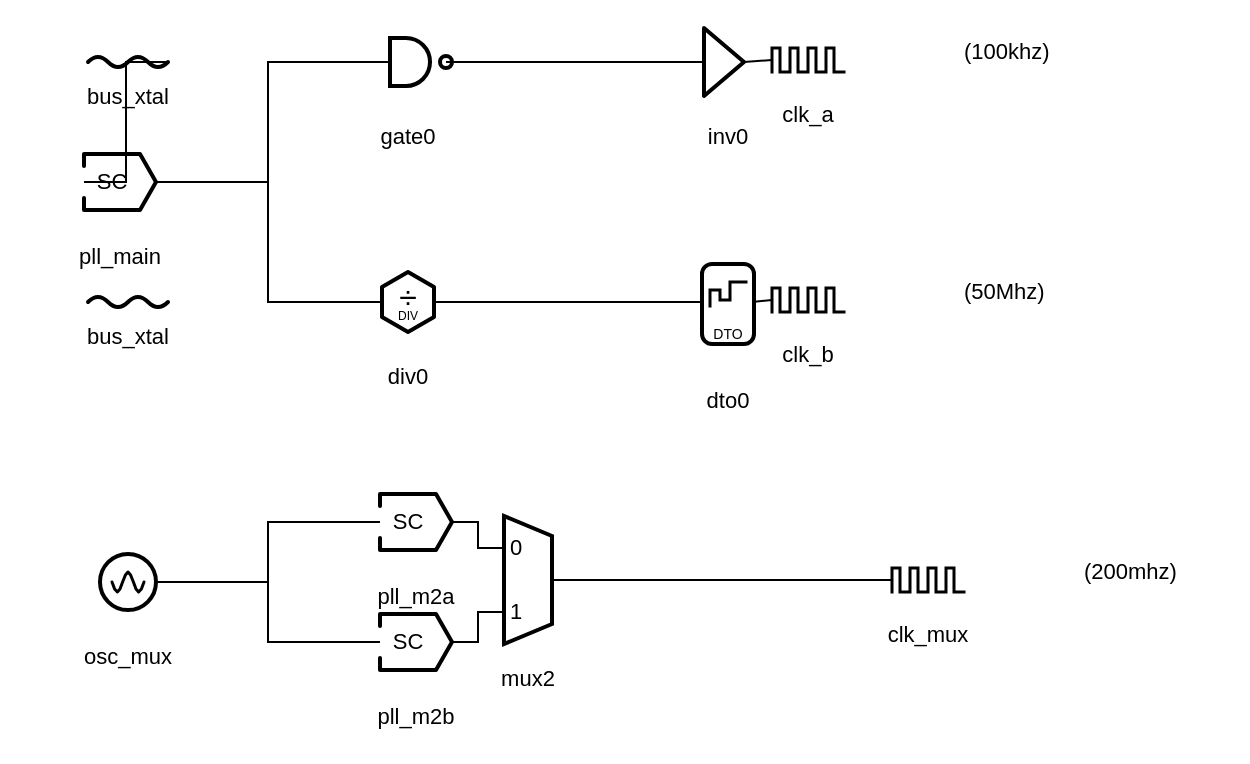
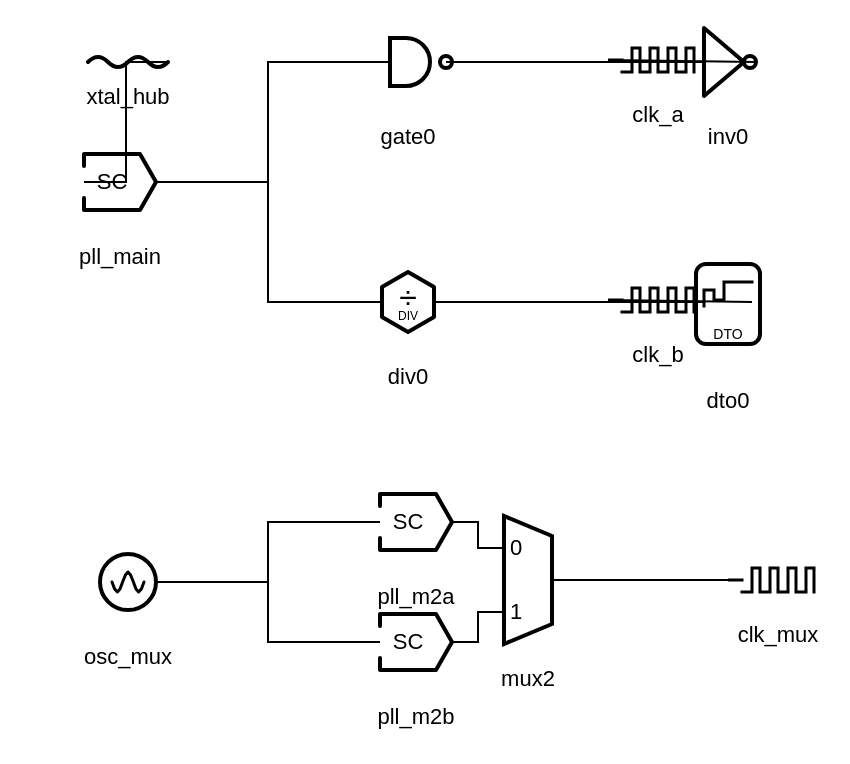
<mxfile>
  <diagram id="fig2" name="fig2"><mxGraphModel>
      <root>
        <mxCell id="0"/>
        <mxCell id="1" parent="0"/>
-         <object name="bus_xtal" label="&lt;div style=&quot;position:relative;box-sizing:border-box;margin:0;padding:0;display:block;width:100%;height:100%;overflow:visible;white-space:nowrap;font-family:Helvetica,Arial,sans-serif;&quot;&gt;&lt;div style=&quot;position:absolute;left:0;top:0;width:100%;height:100%;&quot;&gt;&lt;svg xmlns=&quot;http://www.w3.org/2000/svg&quot; width=&quot;100%&quot; height=&quot;100%&quot; viewBox=&quot;0 0 120 40&quot; preserveAspectRatio=&quot;none&quot; style=&quot;display:block;overflow:visible;&quot;&gt;&lt;path d=&quot;M 40 14 Q 45 9 50 14 T 60 14 T 70 14 T 80 14&quot; fill=&quot;none&quot; stroke=&quot;#000000&quot; stroke-width=&quot;2&quot; stroke-linecap=&quot;round&quot; stroke-linejoin=&quot;round&quot;/&gt;&lt;/svg&gt;&lt;/div&gt;&lt;div style=&quot;position:absolute;left:50%;top:55.00000000000001%;transform:translateX(-50%);text-align:center;font-size:11px;line-height:1;white-space:nowrap;padding-top:4px;&quot;&gt;bus_xtal&lt;/div&gt;&lt;/div&gt;" placeholders="0" id="10">
-           <mxCell style="rounded=0;whiteSpace=nowrap;html=1;metaEdit=1;placeholders=1;overflow=fill;autosize=0;fillColor=none;strokeColor=none;spacingTop=0;spacingBottom=0;spacingLeft=0;spacingRight=0;align=left;verticalAlign=top;drawclockType=wire;points=[[0.3333,0.3500,0,0,0],[0.6667,0.3500,0,0,0]];" vertex="1" parent="1">
+         <object name="xtal_hub" label="&lt;div style=&quot;position:relative;box-sizing:border-box;margin:0;padding:0;display:block;width:100%;height:100%;overflow:visible;white-space:nowrap;font-family:Helvetica,Arial,sans-serif;&quot;&gt;&lt;div style=&quot;position:absolute;left:0;top:0;width:100%;height:100%;&quot;&gt;&lt;svg xmlns=&quot;http://www.w3.org/2000/svg&quot; width=&quot;100%&quot; height=&quot;100%&quot; viewBox=&quot;0 0 120 40&quot; preserveAspectRatio=&quot;none&quot; style=&quot;display:block;overflow:visible;&quot;&gt;&lt;path d=&quot;M 40 14 Q 45 9 50 14 T 60 14 T 70 14 T 80 14&quot; fill=&quot;none&quot; stroke=&quot;#000000&quot; stroke-width=&quot;2&quot; stroke-linecap=&quot;round&quot; stroke-linejoin=&quot;round&quot;/&gt;&lt;/svg&gt;&lt;/div&gt;&lt;div style=&quot;position:absolute;left:50%;top:55.00000000000001%;transform:translateX(-50%);text-align:center;font-size:11px;line-height:1;white-space:nowrap;padding-top:4px;&quot;&gt;xtal_hub&lt;/div&gt;&lt;/div&gt;" placeholders="0" id="10">
+           <mxCell style="rounded=0;whiteSpace=nowrap;html=1;metaEdit=1;placeholders=1;overflow=fill;autosize=0;fillColor=none;strokeColor=none;spacingTop=0;spacingBottom=0;spacingLeft=0;spacingRight=0;align=left;verticalAlign=top;drawclockType=from;points=[[0.6667,0.3500,0,0,0]];" vertex="1" parent="1">
            <mxGeometry x="40" y="66" width="120" height="40" as="geometry"/>
          </mxCell>
        </object>
-         <object name="bus_xtal" label="&lt;div style=&quot;position:relative;box-sizing:border-box;margin:0;padding:0;display:block;width:100%;height:100%;overflow:visible;white-space:nowrap;font-family:Helvetica,Arial,sans-serif;&quot;&gt;&lt;div style=&quot;position:absolute;left:0;top:0;width:100%;height:100%;&quot;&gt;&lt;svg xmlns=&quot;http://www.w3.org/2000/svg&quot; width=&quot;100%&quot; height=&quot;100%&quot; viewBox=&quot;0 0 120 40&quot; preserveAspectRatio=&quot;none&quot; style=&quot;display:block;overflow:visible;&quot;&gt;&lt;path d=&quot;M 40 14 Q 45 9 50 14 T 60 14 T 70 14 T 80 14&quot; fill=&quot;none&quot; stroke=&quot;#000000&quot; stroke-width=&quot;2&quot; stroke-linecap=&quot;round&quot; stroke-linejoin=&quot;round&quot;/&gt;&lt;/svg&gt;&lt;/div&gt;&lt;div style=&quot;position:absolute;left:50%;top:55.00000000000001%;transform:translateX(-50%);text-align:center;font-size:11px;line-height:1;white-space:nowrap;padding-top:4px;&quot;&gt;bus_xtal&lt;/div&gt;&lt;/div&gt;" placeholders="0" id="11">
-           <mxCell style="rounded=0;whiteSpace=nowrap;html=1;metaEdit=1;placeholders=1;overflow=fill;autosize=0;fillColor=none;strokeColor=none;spacingTop=0;spacingBottom=0;spacingLeft=0;spacingRight=0;align=left;verticalAlign=top;drawclockType=wire;points=[[0.3333,0.3500,0,0,0],[0.6667,0.3500,0,0,0]];" vertex="1" parent="1">
-             <mxGeometry x="40" y="186" width="120" height="40" as="geometry"/>
-           </mxCell>
-         </object>
-         <object name="gate0" label="&lt;div style=&quot;position:relative;box-sizing:border-box;margin:0;padding:0;display:block;width:100%;height:100%;overflow:visible;white-space:nowrap;font-family:Helvetica,Arial,sans-serif;&quot;&gt;&lt;div style=&quot;position:absolute;left:0;top:0;width:100%;height:100%;&quot;&gt;&lt;svg xmlns=&quot;http://www.w3.org/2000/svg&quot; width=&quot;100%&quot; height=&quot;100%&quot; viewBox=&quot;0 0 120 90&quot; preserveAspectRatio=&quot;none&quot; style=&quot;display:block;overflow:visible;&quot;&gt;&lt;path d=&quot;M 51 18 L 59 18 A 12 12 0 1 1 59 42 L 51 42 Z&quot; fill=&quot;none&quot; stroke=&quot;#000000&quot; stroke-width=&quot;2&quot; stroke-linejoin=&quot;miter&quot;/&gt;&lt;circle cx=&quot;79&quot; cy=&quot;30&quot; r=&quot;3&quot; fill=&quot;#ffffff&quot; stroke=&quot;#000000&quot; stroke-width=&quot;2&quot;/&gt;&lt;/svg&gt;&lt;/div&gt;&lt;div style=&quot;position:absolute;left:50%;top:64.44444444444444%;transform:translateX(-50%);text-align:center;font-size:11px;line-height:1;white-space:nowrap;padding-top:4px;&quot;&gt;gate0&lt;/div&gt;&lt;/div&gt;" placeholders="0" id="12">
+         <object name="gate0" label="&lt;div style=&quot;position:relative;box-sizing:border-box;margin:0;padding:0;display:block;width:100%;height:100%;overflow:visible;white-space:nowrap;font-family:Helvetica,Arial,sans-serif;&quot;&gt;&lt;div style=&quot;position:absolute;left:0;top:0;width:100%;height:100%;&quot;&gt;&lt;svg xmlns=&quot;http://www.w3.org/2000/svg&quot; width=&quot;100%&quot; height=&quot;100%&quot; viewBox=&quot;0 0 120 90&quot; preserveAspectRatio=&quot;none&quot; style=&quot;display:block;overflow:visible;&quot;&gt;&lt;path d=&quot;M 51 18 L 59 18 A 12 12 0 1 1 59 42 L 51 42 Z&quot; fill=&quot;none&quot; stroke=&quot;#000000&quot; stroke-width=&quot;2&quot; stroke-linejoin=&quot;miter&quot;/&gt;&lt;circle cx=&quot;79&quot; cy=&quot;30&quot; r=&quot;3&quot; fill=&quot;#ffffff&quot; stroke=&quot;#000000&quot; stroke-width=&quot;2&quot;/&gt;&lt;/svg&gt;&lt;/div&gt;&lt;div style=&quot;position:absolute;left:50%;top:64.44444444444444%;transform:translateX(-50%);text-align:center;font-size:11px;line-height:1;white-space:nowrap;padding-top:4px;&quot;&gt;gate0&lt;/div&gt;&lt;/div&gt;" placeholders="0" id="11">
          <mxCell style="rounded=0;whiteSpace=nowrap;html=1;metaEdit=1;placeholders=1;overflow=fill;autosize=0;fillColor=none;strokeColor=none;spacingTop=0;spacingBottom=0;spacingLeft=0;spacingRight=0;align=left;verticalAlign=top;drawclockType=gate;points=[[0.4250,0.3333,0,0,0],[0.6583,0.3333,0,0,0]];" vertex="1" parent="1">
            <mxGeometry x="180" y="50" width="120" height="90" as="geometry"/>
          </mxCell>
        </object>
-         <object name="div0" label="&lt;div style=&quot;position:relative;box-sizing:border-box;margin:0;padding:0;display:block;width:100%;height:100%;overflow:visible;white-space:nowrap;font-family:Helvetica,Arial,sans-serif;&quot;&gt;&lt;div style=&quot;position:absolute;left:0;top:0;width:100%;height:100%;&quot;&gt;&lt;svg xmlns=&quot;http://www.w3.org/2000/svg&quot; width=&quot;100%&quot; height=&quot;100%&quot; viewBox=&quot;0 0 120 90&quot; preserveAspectRatio=&quot;none&quot; style=&quot;display:block;overflow:visible;&quot;&gt;&lt;polygon points=&quot;73.0,37.5 60.0,45.0 47.0,37.5 47.0,22.5 60.0,15.0 73.0,22.5&quot; fill=&quot;none&quot; stroke=&quot;#000000&quot; stroke-width=&quot;2&quot; stroke-linejoin=&quot;round&quot;/&gt;&lt;/svg&gt;&lt;span style=&quot;position:absolute;left:50.0%;top:31.11111111111111%;font-size:16px;line-height:1;white-space:nowrap;transform:translate(-50%,-50%);&quot;&gt;÷&lt;/span&gt;&lt;span style=&quot;position:absolute;left:50.0%;top:41.11111111111111%;font-size:6px;line-height:1;white-space:nowrap;transform:translate(-50%,-50%);&quot;&gt;DIV&lt;/span&gt;&lt;/div&gt;&lt;div style=&quot;position:absolute;left:50%;top:64.44444444444444%;transform:translateX(-50%);text-align:center;font-size:11px;line-height:1;white-space:nowrap;padding-top:4px;&quot;&gt;div0&lt;/div&gt;&lt;/div&gt;" placeholders="0" id="13">
+         <object name="div0" label="&lt;div style=&quot;position:relative;box-sizing:border-box;margin:0;padding:0;display:block;width:100%;height:100%;overflow:visible;white-space:nowrap;font-family:Helvetica,Arial,sans-serif;&quot;&gt;&lt;div style=&quot;position:absolute;left:0;top:0;width:100%;height:100%;&quot;&gt;&lt;svg xmlns=&quot;http://www.w3.org/2000/svg&quot; width=&quot;100%&quot; height=&quot;100%&quot; viewBox=&quot;0 0 120 90&quot; preserveAspectRatio=&quot;none&quot; style=&quot;display:block;overflow:visible;&quot;&gt;&lt;polygon points=&quot;73.0,37.5 60.0,45.0 47.0,37.5 47.0,22.5 60.0,15.0 73.0,22.5&quot; fill=&quot;none&quot; stroke=&quot;#000000&quot; stroke-width=&quot;2&quot; stroke-linejoin=&quot;round&quot;/&gt;&lt;/svg&gt;&lt;span style=&quot;position:absolute;left:50.0%;top:31.11111111111111%;font-size:16px;line-height:1;white-space:nowrap;transform:translate(-50%,-50%);&quot;&gt;÷&lt;/span&gt;&lt;span style=&quot;position:absolute;left:50.0%;top:41.11111111111111%;font-size:6px;line-height:1;white-space:nowrap;transform:translate(-50%,-50%);&quot;&gt;DIV&lt;/span&gt;&lt;/div&gt;&lt;div style=&quot;position:absolute;left:50%;top:64.44444444444444%;transform:translateX(-50%);text-align:center;font-size:11px;line-height:1;white-space:nowrap;padding-top:4px;&quot;&gt;div0&lt;/div&gt;&lt;/div&gt;" placeholders="0" id="12">
          <mxCell style="rounded=0;whiteSpace=nowrap;html=1;metaEdit=1;placeholders=1;overflow=fill;autosize=0;fillColor=none;strokeColor=none;spacingTop=0;spacingBottom=0;spacingLeft=0;spacingRight=0;align=left;verticalAlign=top;drawclockType=div;points=[[0.4000,0.3333,0,0,0],[0.6000,0.3333,0,0,0]];" vertex="1" parent="1">
            <mxGeometry x="180" y="170" width="120" height="90" as="geometry"/>
          </mxCell>
        </object>
-         <object name="pll_main" label="&lt;div style=&quot;position:relative;box-sizing:border-box;margin:0;padding:0;display:block;width:100%;height:100%;overflow:visible;white-space:nowrap;font-family:Helvetica,Arial,sans-serif;&quot;&gt;&lt;div style=&quot;position:absolute;left:0;top:0;width:100%;height:100%;&quot;&gt;&lt;svg xmlns=&quot;http://www.w3.org/2000/svg&quot; width=&quot;100%&quot; height=&quot;100%&quot; viewBox=&quot;0 0 120 90&quot; preserveAspectRatio=&quot;none&quot; style=&quot;display:block;overflow:visible;&quot;&gt;&lt;path d=&quot;M 42 16 L 70 16 L 78 30 L 70 44 L 42 44 L 42 38 M 42 22 L 42 16&quot; fill=&quot;none&quot; stroke=&quot;#000000&quot; stroke-width=&quot;2&quot; stroke-linejoin=&quot;round&quot; stroke-linecap=&quot;round&quot;/&gt;&lt;/svg&gt;&lt;span style=&quot;position:absolute;left:46.666666666666664%;top:33.33333333333333%;font-size:11px;line-height:1;white-space:nowrap;transform:translate(-50%,-50%);&quot;&gt;SC&lt;/span&gt;&lt;/div&gt;&lt;div style=&quot;position:absolute;left:50%;top:64.44444444444444%;transform:translateX(-50%);text-align:center;font-size:11px;line-height:1;white-space:nowrap;padding-top:4px;&quot;&gt;pll_main&lt;/div&gt;&lt;/div&gt;" placeholders="0" id="14">
+         <object name="pll_main" label="&lt;div style=&quot;position:relative;box-sizing:border-box;margin:0;padding:0;display:block;width:100%;height:100%;overflow:visible;white-space:nowrap;font-family:Helvetica,Arial,sans-serif;&quot;&gt;&lt;div style=&quot;position:absolute;left:0;top:0;width:100%;height:100%;&quot;&gt;&lt;svg xmlns=&quot;http://www.w3.org/2000/svg&quot; width=&quot;100%&quot; height=&quot;100%&quot; viewBox=&quot;0 0 120 90&quot; preserveAspectRatio=&quot;none&quot; style=&quot;display:block;overflow:visible;&quot;&gt;&lt;path d=&quot;M 42 16 L 70 16 L 78 30 L 70 44 L 42 44 L 42 38 M 42 22 L 42 16&quot; fill=&quot;none&quot; stroke=&quot;#000000&quot; stroke-width=&quot;2&quot; stroke-linejoin=&quot;round&quot; stroke-linecap=&quot;round&quot;/&gt;&lt;/svg&gt;&lt;span style=&quot;position:absolute;left:46.666666666666664%;top:33.33333333333333%;font-size:11px;line-height:1;white-space:nowrap;transform:translate(-50%,-50%);&quot;&gt;SC&lt;/span&gt;&lt;/div&gt;&lt;div style=&quot;position:absolute;left:50%;top:64.44444444444444%;transform:translateX(-50%);text-align:center;font-size:11px;line-height:1;white-space:nowrap;padding-top:4px;&quot;&gt;pll_main&lt;/div&gt;&lt;/div&gt;" placeholders="0" id="13">
          <mxCell style="rounded=0;whiteSpace=nowrap;html=1;metaEdit=1;placeholders=1;overflow=fill;autosize=0;fillColor=none;strokeColor=none;spacingTop=0;spacingBottom=0;spacingLeft=0;spacingRight=0;align=left;verticalAlign=top;drawclockType=pll;points=[[0.3500,0.3333,0,0,0],[0.6500,0.3333,0,0,0]];" vertex="1" parent="1">
            <mxGeometry x="36" y="110" width="120" height="90" as="geometry"/>
          </mxCell>
        </object>
-         <object name="inv0" label="&lt;div style=&quot;position:relative;box-sizing:border-box;margin:0;padding:0;display:block;width:100%;height:100%;overflow:visible;white-space:nowrap;font-family:Helvetica,Arial,sans-serif;&quot;&gt;&lt;div style=&quot;position:absolute;left:0;top:0;width:100%;height:100%;&quot;&gt;&lt;svg xmlns=&quot;http://www.w3.org/2000/svg&quot; width=&quot;100%&quot; height=&quot;100%&quot; viewBox=&quot;0 0 120 90&quot; preserveAspectRatio=&quot;none&quot; style=&quot;display:block;overflow:visible;&quot;&gt;&lt;polygon points=&quot;48,30 48,13 68,30 48,47&quot; fill=&quot;none&quot; stroke=&quot;#000000&quot; stroke-width=&quot;2&quot; stroke-linejoin=&quot;round&quot;/&gt;&lt;/svg&gt;&lt;/div&gt;&lt;div style=&quot;position:absolute;left:50%;top:64.44444444444444%;transform:translateX(-50%);text-align:center;font-size:11px;line-height:1;white-space:nowrap;padding-top:4px;&quot;&gt;inv0&lt;/div&gt;&lt;/div&gt;" placeholders="0" id="15">
-           <mxCell style="rounded=0;whiteSpace=nowrap;html=1;metaEdit=1;placeholders=1;overflow=fill;autosize=0;fillColor=none;strokeColor=none;spacingTop=0;spacingBottom=0;spacingLeft=0;spacingRight=0;align=left;verticalAlign=top;drawclockType=inv;points=[[0.4000,0.3333,0,0,0],[0.5667,0.3333,0,0,0]];" vertex="1" parent="1">
+         <object name="inv0" label="&lt;div style=&quot;position:relative;box-sizing:border-box;margin:0;padding:0;display:block;width:100%;height:100%;overflow:visible;white-space:nowrap;font-family:Helvetica,Arial,sans-serif;&quot;&gt;&lt;div style=&quot;position:absolute;left:0;top:0;width:100%;height:100%;&quot;&gt;&lt;svg xmlns=&quot;http://www.w3.org/2000/svg&quot; width=&quot;100%&quot; height=&quot;100%&quot; viewBox=&quot;0 0 120 90&quot; preserveAspectRatio=&quot;none&quot; style=&quot;display:block;overflow:visible;&quot;&gt;&lt;polygon points=&quot;48,30 48,13 68,30 48,47&quot; fill=&quot;none&quot; stroke=&quot;#000000&quot; stroke-width=&quot;2&quot; stroke-linejoin=&quot;round&quot;/&gt;&lt;circle cx=&quot;71&quot; cy=&quot;30&quot; r=&quot;3&quot; fill=&quot;#ffffff&quot; stroke=&quot;#000000&quot; stroke-width=&quot;2&quot;/&gt;&lt;/svg&gt;&lt;/div&gt;&lt;div style=&quot;position:absolute;left:50%;top:64.44444444444444%;transform:translateX(-50%);text-align:center;font-size:11px;line-height:1;white-space:nowrap;padding-top:4px;&quot;&gt;inv0&lt;/div&gt;&lt;/div&gt;" placeholders="0" id="14">
+           <mxCell style="rounded=0;whiteSpace=nowrap;html=1;metaEdit=1;placeholders=1;overflow=fill;autosize=0;fillColor=none;strokeColor=none;spacingTop=0;spacingBottom=0;spacingLeft=0;spacingRight=0;align=left;verticalAlign=top;drawclockType=inv;points=[[0.4000,0.3333,0,0,0],[0.6167,0.3333,0,0,0]];" vertex="1" parent="1">
            <mxGeometry x="340" y="50" width="120" height="90" as="geometry"/>
          </mxCell>
        </object>
-         <object name="dto0" label="&lt;div style=&quot;position:relative;box-sizing:border-box;margin:0;padding:0;display:block;width:100%;height:100%;overflow:visible;white-space:nowrap;font-family:Helvetica,Arial,sans-serif;&quot;&gt;&lt;div style=&quot;position:absolute;left:0;top:0;width:100%;height:100%;&quot;&gt;&lt;svg xmlns=&quot;http://www.w3.org/2000/svg&quot; width=&quot;100%&quot; height=&quot;100%&quot; viewBox=&quot;0 0 120 90&quot; preserveAspectRatio=&quot;none&quot; style=&quot;display:block;overflow:visible;&quot;&gt;&lt;rect x=&quot;47&quot; y=&quot;11&quot; width=&quot;26&quot; height=&quot;40&quot; rx=&quot;5&quot; ry=&quot;5&quot; fill=&quot;none&quot; stroke=&quot;#000000&quot; stroke-width=&quot;2&quot;/&gt;&lt;path d=&quot;M 51 32 L 51 24 L 56 24 L 56 29 L 61 29 L 61 20 L 69 20&quot; fill=&quot;none&quot; stroke=&quot;#000000&quot; stroke-width=&quot;1.5&quot; stroke-linecap=&quot;square&quot;/&gt;&lt;/svg&gt;&lt;span style=&quot;position:absolute;left:50.0%;top:51.11111111111111%;font-size:7px;line-height:1;white-space:nowrap;transform:translate(-50%,-50%);&quot;&gt;DTO&lt;/span&gt;&lt;/div&gt;&lt;div style=&quot;position:absolute;left:50%;top:64.44444444444444%;transform:translateX(-50%);text-align:center;font-size:11px;line-height:1;white-space:nowrap;padding-top:16px;&quot;&gt;dto0&lt;/div&gt;&lt;/div&gt;" placeholders="0" id="16">
+         <object name="dto0" label="&lt;div style=&quot;position:relative;box-sizing:border-box;margin:0;padding:0;display:block;width:100%;height:100%;overflow:visible;white-space:nowrap;font-family:Helvetica,Arial,sans-serif;&quot;&gt;&lt;div style=&quot;position:absolute;left:0;top:0;width:100%;height:100%;&quot;&gt;&lt;svg xmlns=&quot;http://www.w3.org/2000/svg&quot; width=&quot;100%&quot; height=&quot;100%&quot; viewBox=&quot;0 0 120 90&quot; preserveAspectRatio=&quot;none&quot; style=&quot;display:block;overflow:visible;&quot;&gt;&lt;rect x=&quot;44&quot; y=&quot;11&quot; width=&quot;32&quot; height=&quot;40&quot; rx=&quot;5&quot; ry=&quot;5&quot; fill=&quot;none&quot; stroke=&quot;#000000&quot; stroke-width=&quot;2&quot;/&gt;&lt;path d=&quot;M 48 32 L 48 24 L 53 24 L 53 29 L 58 29 L 58 20 L 72 20&quot; fill=&quot;none&quot; stroke=&quot;#000000&quot; stroke-width=&quot;1.5&quot; stroke-linecap=&quot;square&quot;/&gt;&lt;/svg&gt;&lt;span style=&quot;position:absolute;left:50.0%;top:51.11111111111111%;font-size:7px;line-height:1;white-space:nowrap;transform:translate(-50%,-50%);&quot;&gt;DTO&lt;/span&gt;&lt;/div&gt;&lt;div style=&quot;position:absolute;left:50%;top:64.44444444444444%;transform:translateX(-50%);text-align:center;font-size:11px;line-height:1;white-space:nowrap;padding-top:16px;&quot;&gt;dto0&lt;/div&gt;&lt;/div&gt;" placeholders="0" id="15">
          <mxCell style="rounded=0;whiteSpace=nowrap;html=1;metaEdit=1;placeholders=1;overflow=fill;autosize=0;fillColor=none;strokeColor=none;spacingTop=0;spacingBottom=0;spacingLeft=0;spacingRight=0;align=left;verticalAlign=top;drawclockType=dto;points=[[0.4000,0.3333,0,0,0],[0.6000,0.3333,0,0,0]];" vertex="1" parent="1">
            <mxGeometry x="340" y="170" width="120" height="90" as="geometry"/>
          </mxCell>
        </object>
-         <object name="clk_a" label="&lt;div style=&quot;position:relative;box-sizing:border-box;margin:0;padding:0;display:block;width:100%;height:100%;overflow:visible;white-space:nowrap;font-family:Helvetica,Arial,sans-serif;&quot;&gt;&lt;div style=&quot;position:absolute;left:0;top:0;width:100%;height:100%;&quot;&gt;&lt;svg xmlns=&quot;http://www.w3.org/2000/svg&quot; width=&quot;100%&quot; height=&quot;100%&quot; viewBox=&quot;0 0 260 72&quot; preserveAspectRatio=&quot;none&quot; style=&quot;display:block;overflow:visible;&quot;&gt;&lt;path d=&quot;M 82 36 L 82 24 L 86 24 L 86 36 L 91 36 L 91 24 L 95 24 L 95 36 L 100 36 L 100 24 L 104 24 L 104 36 L 109 36 L 109 24 L 113 24 L 113 36 L 118 36&quot; fill=&quot;none&quot; stroke=&quot;#000000&quot; stroke-width=&quot;1.5&quot; stroke-linecap=&quot;square&quot; stroke-linejoin=&quot;miter&quot;/&gt;&lt;/svg&gt;&lt;/div&gt;&lt;div style=&quot;position:absolute;left:45.38461538461539%;top:36.11111111111111%;display:flex;align-items:center;white-space:nowrap;transform:translateY(-50%);&quot;&gt;&lt;div style=&quot;flex:0 0 auto;width:60px;&quot;&gt;&lt;/div&gt;&lt;span style=&quot;flex:0 0 auto;font-size:11px;line-height:1;white-space:nowrap;&quot;&gt;(100khz)&lt;/span&gt;&lt;/div&gt;&lt;div style=&quot;position:absolute;left:38.46153846153847%;top:50.0%;transform:translateX(-50%);text-align:center;font-size:11px;line-height:1;white-space:nowrap;padding-top:16px;&quot;&gt;clk_a&lt;/div&gt;&lt;/div&gt;" placeholders="0" id="17" freq="100k">
-           <mxCell style="rounded=0;whiteSpace=nowrap;html=1;metaEdit=1;placeholders=1;overflow=fill;autosize=0;fillColor=none;strokeColor=none;spacingTop=0;spacingBottom=0;spacingLeft=0;spacingRight=0;align=left;verticalAlign=top;drawclockType=clock;points=[[0.3154,0.4167,0,0,0]];" vertex="1" parent="1">
-             <mxGeometry x="340" y="49" width="260" height="72" as="geometry"/>
+         <object name="clk_a" label="&lt;div style=&quot;position:relative;box-sizing:border-box;margin:0;padding:0;display:block;width:100%;height:100%;overflow:visible;white-space:nowrap;font-family:Helvetica,Arial,sans-serif;&quot;&gt;&lt;div style=&quot;position:absolute;left:0;top:0;width:100%;height:100%;&quot;&gt;&lt;svg xmlns=&quot;http://www.w3.org/2000/svg&quot; width=&quot;100%&quot; height=&quot;100%&quot; viewBox=&quot;0 0 49 72&quot; preserveAspectRatio=&quot;none&quot; style=&quot;display:block;overflow:visible;&quot;&gt;&lt;path d=&quot;M 0 30 L 7 30 M 43 36 L 43 24 L 39 24 L 39 36 L 34 36 L 34 24 L 30 24 L 30 36 L 25 36 L 25 24 L 21 24 L 21 36 L 16 36 L 16 24 L 12 24 L 12 36 L 7 36&quot; fill=&quot;none&quot; stroke=&quot;#000000&quot; stroke-width=&quot;1.5&quot; stroke-linecap=&quot;square&quot; stroke-linejoin=&quot;miter&quot;/&gt;&lt;/svg&gt;&lt;/div&gt;&lt;div style=&quot;position:absolute;left:51.02040816326531%;top:50.0%;transform:translateX(-50%);text-align:center;font-size:11px;line-height:1;white-space:nowrap;padding-top:16px;&quot;&gt;clk_a&lt;/div&gt;&lt;/div&gt;" placeholders="0" id="16">
+           <mxCell style="rounded=0;whiteSpace=nowrap;html=1;metaEdit=1;placeholders=1;overflow=fill;autosize=0;fillColor=none;strokeColor=none;spacingTop=0;spacingBottom=0;spacingLeft=0;spacingRight=0;align=left;verticalAlign=top;drawclockType=clock;points=[[0.0000,0.4167,0,0,0]];" vertex="1" parent="1">
+             <mxGeometry x="340" y="49" width="49" height="72" as="geometry"/>
          </mxCell>
        </object>
-         <object name="clk_b" label="&lt;div style=&quot;position:relative;box-sizing:border-box;margin:0;padding:0;display:block;width:100%;height:100%;overflow:visible;white-space:nowrap;font-family:Helvetica,Arial,sans-serif;&quot;&gt;&lt;div style=&quot;position:absolute;left:0;top:0;width:100%;height:100%;&quot;&gt;&lt;svg xmlns=&quot;http://www.w3.org/2000/svg&quot; width=&quot;100%&quot; height=&quot;100%&quot; viewBox=&quot;0 0 260 72&quot; preserveAspectRatio=&quot;none&quot; style=&quot;display:block;overflow:visible;&quot;&gt;&lt;path d=&quot;M 82 36 L 82 24 L 86 24 L 86 36 L 91 36 L 91 24 L 95 24 L 95 36 L 100 36 L 100 24 L 104 24 L 104 36 L 109 36 L 109 24 L 113 24 L 113 36 L 118 36&quot; fill=&quot;none&quot; stroke=&quot;#000000&quot; stroke-width=&quot;1.5&quot; stroke-linecap=&quot;square&quot; stroke-linejoin=&quot;miter&quot;/&gt;&lt;/svg&gt;&lt;/div&gt;&lt;div style=&quot;position:absolute;left:45.38461538461539%;top:36.11111111111111%;display:flex;align-items:center;white-space:nowrap;transform:translateY(-50%);&quot;&gt;&lt;div style=&quot;flex:0 0 auto;width:60px;&quot;&gt;&lt;/div&gt;&lt;span style=&quot;flex:0 0 auto;font-size:11px;line-height:1;white-space:nowrap;&quot;&gt;(50Mhz)&lt;/span&gt;&lt;/div&gt;&lt;div style=&quot;position:absolute;left:38.46153846153847%;top:50.0%;transform:translateX(-50%);text-align:center;font-size:11px;line-height:1;white-space:nowrap;padding-top:16px;&quot;&gt;clk_b&lt;/div&gt;&lt;/div&gt;" placeholders="0" id="18" freq="50M">
-           <mxCell style="rounded=0;whiteSpace=nowrap;html=1;metaEdit=1;placeholders=1;overflow=fill;autosize=0;fillColor=none;strokeColor=none;spacingTop=0;spacingBottom=0;spacingLeft=0;spacingRight=0;align=left;verticalAlign=top;drawclockType=clock;points=[[0.3154,0.4167,0,0,0]];" vertex="1" parent="1">
-             <mxGeometry x="340" y="169" width="260" height="72" as="geometry"/>
+         <object name="clk_b" label="&lt;div style=&quot;position:relative;box-sizing:border-box;margin:0;padding:0;display:block;width:100%;height:100%;overflow:visible;white-space:nowrap;font-family:Helvetica,Arial,sans-serif;&quot;&gt;&lt;div style=&quot;position:absolute;left:0;top:0;width:100%;height:100%;&quot;&gt;&lt;svg xmlns=&quot;http://www.w3.org/2000/svg&quot; width=&quot;100%&quot; height=&quot;100%&quot; viewBox=&quot;0 0 49 72&quot; preserveAspectRatio=&quot;none&quot; style=&quot;display:block;overflow:visible;&quot;&gt;&lt;path d=&quot;M 0 30 L 7 30 M 43 36 L 43 24 L 39 24 L 39 36 L 34 36 L 34 24 L 30 24 L 30 36 L 25 36 L 25 24 L 21 24 L 21 36 L 16 36 L 16 24 L 12 24 L 12 36 L 7 36&quot; fill=&quot;none&quot; stroke=&quot;#000000&quot; stroke-width=&quot;1.5&quot; stroke-linecap=&quot;square&quot; stroke-linejoin=&quot;miter&quot;/&gt;&lt;/svg&gt;&lt;/div&gt;&lt;div style=&quot;position:absolute;left:51.02040816326531%;top:50.0%;transform:translateX(-50%);text-align:center;font-size:11px;line-height:1;white-space:nowrap;padding-top:16px;&quot;&gt;clk_b&lt;/div&gt;&lt;/div&gt;" placeholders="0" id="17">
+           <mxCell style="rounded=0;whiteSpace=nowrap;html=1;metaEdit=1;placeholders=1;overflow=fill;autosize=0;fillColor=none;strokeColor=none;spacingTop=0;spacingBottom=0;spacingLeft=0;spacingRight=0;align=left;verticalAlign=top;drawclockType=clock;points=[[0.0000,0.4167,0,0,0]];" vertex="1" parent="1">
+             <mxGeometry x="340" y="169" width="49" height="72" as="geometry"/>
          </mxCell>
        </object>
-         <object name="mux2" label="&lt;div style=&quot;position:relative;box-sizing:border-box;margin:0;padding:0;display:block;width:100%;height:100%;overflow:visible;white-space:nowrap;font-family:Helvetica,Arial,sans-serif;&quot;&gt;&lt;div style=&quot;position:absolute;left:0;top:0;width:100%;height:100%;&quot;&gt;&lt;svg xmlns=&quot;http://www.w3.org/2000/svg&quot; width=&quot;100%&quot; height=&quot;100%&quot; viewBox=&quot;0 0 120 106&quot; preserveAspectRatio=&quot;none&quot; style=&quot;display:block;overflow:visible;&quot;&gt;&lt;polygon points=&quot;48,6 48,70 72,60 72,16&quot; fill=&quot;none&quot; stroke=&quot;#000000&quot; stroke-width=&quot;2&quot;/&gt;&lt;/svg&gt;&lt;span style=&quot;position:absolute;left:45.0%;top:20.754716981132077%;font-size:11px;line-height:1;white-space:nowrap;transform:translate(-50%,-50%);&quot;&gt;0&lt;/span&gt;&lt;span style=&quot;position:absolute;left:45.0%;top:50.943396226415096%;font-size:11px;line-height:1;white-space:nowrap;transform:translate(-50%,-50%);&quot;&gt;1&lt;/span&gt;&lt;/div&gt;&lt;div style=&quot;position:absolute;left:50%;top:73.58490566037736%;transform:translateX(-50%);text-align:center;font-size:11px;line-height:1;white-space:nowrap;padding-top:4px;&quot;&gt;mux2&lt;/div&gt;&lt;/div&gt;" placeholders="0" id="19">
+         <object name="mux2" label="&lt;div style=&quot;position:relative;box-sizing:border-box;margin:0;padding:0;display:block;width:100%;height:100%;overflow:visible;white-space:nowrap;font-family:Helvetica,Arial,sans-serif;&quot;&gt;&lt;div style=&quot;position:absolute;left:0;top:0;width:100%;height:100%;&quot;&gt;&lt;svg xmlns=&quot;http://www.w3.org/2000/svg&quot; width=&quot;100%&quot; height=&quot;100%&quot; viewBox=&quot;0 0 120 106&quot; preserveAspectRatio=&quot;none&quot; style=&quot;display:block;overflow:visible;&quot;&gt;&lt;polygon points=&quot;48,6 48,70 72,60 72,16&quot; fill=&quot;none&quot; stroke=&quot;#000000&quot; stroke-width=&quot;2&quot;/&gt;&lt;/svg&gt;&lt;span style=&quot;position:absolute;left:45.0%;top:20.754716981132077%;font-size:11px;line-height:1;white-space:nowrap;transform:translate(-50%,-50%);&quot;&gt;0&lt;/span&gt;&lt;span style=&quot;position:absolute;left:45.0%;top:50.943396226415096%;font-size:11px;line-height:1;white-space:nowrap;transform:translate(-50%,-50%);&quot;&gt;1&lt;/span&gt;&lt;/div&gt;&lt;div style=&quot;position:absolute;left:50%;top:73.58490566037736%;transform:translateX(-50%);text-align:center;font-size:11px;line-height:1;white-space:nowrap;padding-top:4px;&quot;&gt;mux2&lt;/div&gt;&lt;/div&gt;" placeholders="0" id="18">
          <mxCell style="rounded=0;whiteSpace=nowrap;html=1;metaEdit=1;placeholders=1;overflow=fill;autosize=0;fillColor=none;strokeColor=none;spacingTop=0;spacingBottom=0;spacingLeft=0;spacingRight=0;align=left;verticalAlign=top;drawclockType=mux2;points=[[0.4000,0.2075,0,0,0],[0.4000,0.5094,0,0,0],[0.6000,0.3585,0,0,0]];" vertex="1" parent="1">
            <mxGeometry x="240" y="301" width="120" height="106" as="geometry"/>
          </mxCell>
        </object>
-         <object name="osc_mux" label="&lt;div style=&quot;position:relative;box-sizing:border-box;margin:0;padding:0;display:block;width:100%;height:100%;overflow:visible;white-space:nowrap;font-family:Helvetica,Arial,sans-serif;&quot;&gt;&lt;div style=&quot;position:absolute;left:0;top:0;width:100%;height:100%;&quot;&gt;&lt;svg xmlns=&quot;http://www.w3.org/2000/svg&quot; width=&quot;100%&quot; height=&quot;100%&quot; viewBox=&quot;0 0 120 90&quot; preserveAspectRatio=&quot;none&quot; style=&quot;display:block;overflow:visible;&quot;&gt;&lt;circle cx=&quot;60.0&quot; cy=&quot;30&quot; r=&quot;14&quot; fill=&quot;none&quot; stroke=&quot;#000000&quot; stroke-width=&quot;2&quot;/&gt;&lt;path d=&quot;M 52.0 30.0 L 53.3 33.5 L 54.7 35.0 L 56.0 33.5 L 57.3 30.0 L 58.7 26.5 L 60.0 25.0 L 61.3 26.5 L 62.7 30.0 L 64.0 33.5 L 65.3 35.0 L 66.7 33.5 L 68.0 30.0&quot; fill=&quot;none&quot; stroke=&quot;#000000&quot; stroke-width=&quot;1.5&quot; stroke-linecap=&quot;round&quot; stroke-linejoin=&quot;round&quot;/&gt;&lt;/svg&gt;&lt;/div&gt;&lt;div style=&quot;position:absolute;left:50%;top:64.44444444444444%;transform:translateX(-50%);text-align:center;font-size:11px;line-height:1;white-space:nowrap;padding-top:4px;&quot;&gt;osc_mux&lt;/div&gt;&lt;/div&gt;" placeholders="0" id="20">
+         <object name="osc_mux" label="&lt;div style=&quot;position:relative;box-sizing:border-box;margin:0;padding:0;display:block;width:100%;height:100%;overflow:visible;white-space:nowrap;font-family:Helvetica,Arial,sans-serif;&quot;&gt;&lt;div style=&quot;position:absolute;left:0;top:0;width:100%;height:100%;&quot;&gt;&lt;svg xmlns=&quot;http://www.w3.org/2000/svg&quot; width=&quot;100%&quot; height=&quot;100%&quot; viewBox=&quot;0 0 120 90&quot; preserveAspectRatio=&quot;none&quot; style=&quot;display:block;overflow:visible;&quot;&gt;&lt;circle cx=&quot;60.0&quot; cy=&quot;30&quot; r=&quot;14&quot; fill=&quot;none&quot; stroke=&quot;#000000&quot; stroke-width=&quot;2&quot;/&gt;&lt;path d=&quot;M 52.0 30.0 L 53.3 33.5 L 54.7 35.0 L 56.0 33.5 L 57.3 30.0 L 58.7 26.5 L 60.0 25.0 L 61.3 26.5 L 62.7 30.0 L 64.0 33.5 L 65.3 35.0 L 66.7 33.5 L 68.0 30.0&quot; fill=&quot;none&quot; stroke=&quot;#000000&quot; stroke-width=&quot;1.5&quot; stroke-linecap=&quot;round&quot; stroke-linejoin=&quot;round&quot;/&gt;&lt;/svg&gt;&lt;/div&gt;&lt;div style=&quot;position:absolute;left:50%;top:64.44444444444444%;transform:translateX(-50%);text-align:center;font-size:11px;line-height:1;white-space:nowrap;padding-top:4px;&quot;&gt;osc_mux&lt;/div&gt;&lt;/div&gt;" placeholders="0" id="19">
          <mxCell style="rounded=0;whiteSpace=nowrap;html=1;metaEdit=1;placeholders=1;overflow=fill;autosize=0;fillColor=none;strokeColor=none;spacingTop=0;spacingBottom=0;spacingLeft=0;spacingRight=0;align=left;verticalAlign=top;drawclockType=source;points=[[0.6167,0.3333,0,0,0]];" vertex="1" parent="1">
            <mxGeometry x="40" y="310" width="120" height="90" as="geometry"/>
          </mxCell>
        </object>
-         <object name="pll_m2a" label="&lt;div style=&quot;position:relative;box-sizing:border-box;margin:0;padding:0;display:block;width:100%;height:100%;overflow:visible;white-space:nowrap;font-family:Helvetica,Arial,sans-serif;&quot;&gt;&lt;div style=&quot;position:absolute;left:0;top:0;width:100%;height:100%;&quot;&gt;&lt;svg xmlns=&quot;http://www.w3.org/2000/svg&quot; width=&quot;100%&quot; height=&quot;100%&quot; viewBox=&quot;0 0 120 90&quot; preserveAspectRatio=&quot;none&quot; style=&quot;display:block;overflow:visible;&quot;&gt;&lt;path d=&quot;M 42 16 L 70 16 L 78 30 L 70 44 L 42 44 L 42 38 M 42 22 L 42 16&quot; fill=&quot;none&quot; stroke=&quot;#000000&quot; stroke-width=&quot;2&quot; stroke-linejoin=&quot;round&quot; stroke-linecap=&quot;round&quot;/&gt;&lt;/svg&gt;&lt;span style=&quot;position:absolute;left:46.666666666666664%;top:33.33333333333333%;font-size:11px;line-height:1;white-space:nowrap;transform:translate(-50%,-50%);&quot;&gt;SC&lt;/span&gt;&lt;/div&gt;&lt;div style=&quot;position:absolute;left:50%;top:64.44444444444444%;transform:translateX(-50%);text-align:center;font-size:11px;line-height:1;white-space:nowrap;padding-top:4px;&quot;&gt;pll_m2a&lt;/div&gt;&lt;/div&gt;" placeholders="0" id="21">
+         <object name="pll_m2a" label="&lt;div style=&quot;position:relative;box-sizing:border-box;margin:0;padding:0;display:block;width:100%;height:100%;overflow:visible;white-space:nowrap;font-family:Helvetica,Arial,sans-serif;&quot;&gt;&lt;div style=&quot;position:absolute;left:0;top:0;width:100%;height:100%;&quot;&gt;&lt;svg xmlns=&quot;http://www.w3.org/2000/svg&quot; width=&quot;100%&quot; height=&quot;100%&quot; viewBox=&quot;0 0 120 90&quot; preserveAspectRatio=&quot;none&quot; style=&quot;display:block;overflow:visible;&quot;&gt;&lt;path d=&quot;M 42 16 L 70 16 L 78 30 L 70 44 L 42 44 L 42 38 M 42 22 L 42 16&quot; fill=&quot;none&quot; stroke=&quot;#000000&quot; stroke-width=&quot;2&quot; stroke-linejoin=&quot;round&quot; stroke-linecap=&quot;round&quot;/&gt;&lt;/svg&gt;&lt;span style=&quot;position:absolute;left:46.666666666666664%;top:33.33333333333333%;font-size:11px;line-height:1;white-space:nowrap;transform:translate(-50%,-50%);&quot;&gt;SC&lt;/span&gt;&lt;/div&gt;&lt;div style=&quot;position:absolute;left:50%;top:64.44444444444444%;transform:translateX(-50%);text-align:center;font-size:11px;line-height:1;white-space:nowrap;padding-top:4px;&quot;&gt;pll_m2a&lt;/div&gt;&lt;/div&gt;" placeholders="0" id="20">
          <mxCell style="rounded=0;whiteSpace=nowrap;html=1;metaEdit=1;placeholders=1;overflow=fill;autosize=0;fillColor=none;strokeColor=none;spacingTop=0;spacingBottom=0;spacingLeft=0;spacingRight=0;align=left;verticalAlign=top;drawclockType=pll;points=[[0.3500,0.3333,0,0,0],[0.6500,0.3333,0,0,0]];" vertex="1" parent="1">
            <mxGeometry x="184" y="280" width="120" height="90" as="geometry"/>
          </mxCell>
        </object>
-         <object name="pll_m2b" label="&lt;div style=&quot;position:relative;box-sizing:border-box;margin:0;padding:0;display:block;width:100%;height:100%;overflow:visible;white-space:nowrap;font-family:Helvetica,Arial,sans-serif;&quot;&gt;&lt;div style=&quot;position:absolute;left:0;top:0;width:100%;height:100%;&quot;&gt;&lt;svg xmlns=&quot;http://www.w3.org/2000/svg&quot; width=&quot;100%&quot; height=&quot;100%&quot; viewBox=&quot;0 0 120 90&quot; preserveAspectRatio=&quot;none&quot; style=&quot;display:block;overflow:visible;&quot;&gt;&lt;path d=&quot;M 42 16 L 70 16 L 78 30 L 70 44 L 42 44 L 42 38 M 42 22 L 42 16&quot; fill=&quot;none&quot; stroke=&quot;#000000&quot; stroke-width=&quot;2&quot; stroke-linejoin=&quot;round&quot; stroke-linecap=&quot;round&quot;/&gt;&lt;/svg&gt;&lt;span style=&quot;position:absolute;left:46.666666666666664%;top:33.33333333333333%;font-size:11px;line-height:1;white-space:nowrap;transform:translate(-50%,-50%);&quot;&gt;SC&lt;/span&gt;&lt;/div&gt;&lt;div style=&quot;position:absolute;left:50%;top:64.44444444444444%;transform:translateX(-50%);text-align:center;font-size:11px;line-height:1;white-space:nowrap;padding-top:4px;&quot;&gt;pll_m2b&lt;/div&gt;&lt;/div&gt;" placeholders="0" id="22">
+         <object name="pll_m2b" label="&lt;div style=&quot;position:relative;box-sizing:border-box;margin:0;padding:0;display:block;width:100%;height:100%;overflow:visible;white-space:nowrap;font-family:Helvetica,Arial,sans-serif;&quot;&gt;&lt;div style=&quot;position:absolute;left:0;top:0;width:100%;height:100%;&quot;&gt;&lt;svg xmlns=&quot;http://www.w3.org/2000/svg&quot; width=&quot;100%&quot; height=&quot;100%&quot; viewBox=&quot;0 0 120 90&quot; preserveAspectRatio=&quot;none&quot; style=&quot;display:block;overflow:visible;&quot;&gt;&lt;path d=&quot;M 42 16 L 70 16 L 78 30 L 70 44 L 42 44 L 42 38 M 42 22 L 42 16&quot; fill=&quot;none&quot; stroke=&quot;#000000&quot; stroke-width=&quot;2&quot; stroke-linejoin=&quot;round&quot; stroke-linecap=&quot;round&quot;/&gt;&lt;/svg&gt;&lt;span style=&quot;position:absolute;left:46.666666666666664%;top:33.33333333333333%;font-size:11px;line-height:1;white-space:nowrap;transform:translate(-50%,-50%);&quot;&gt;SC&lt;/span&gt;&lt;/div&gt;&lt;div style=&quot;position:absolute;left:50%;top:64.44444444444444%;transform:translateX(-50%);text-align:center;font-size:11px;line-height:1;white-space:nowrap;padding-top:4px;&quot;&gt;pll_m2b&lt;/div&gt;&lt;/div&gt;" placeholders="0" id="21">
          <mxCell style="rounded=0;whiteSpace=nowrap;html=1;metaEdit=1;placeholders=1;overflow=fill;autosize=0;fillColor=none;strokeColor=none;spacingTop=0;spacingBottom=0;spacingLeft=0;spacingRight=0;align=left;verticalAlign=top;drawclockType=pll;points=[[0.3500,0.3333,0,0,0],[0.6500,0.3333,0,0,0]];" vertex="1" parent="1">
            <mxGeometry x="184" y="340" width="120" height="90" as="geometry"/>
          </mxCell>
        </object>
-         <object name="clk_mux" label="&lt;div style=&quot;position:relative;box-sizing:border-box;margin:0;padding:0;display:block;width:100%;height:100%;overflow:visible;white-space:nowrap;font-family:Helvetica,Arial,sans-serif;&quot;&gt;&lt;div style=&quot;position:absolute;left:0;top:0;width:100%;height:100%;&quot;&gt;&lt;svg xmlns=&quot;http://www.w3.org/2000/svg&quot; width=&quot;100%&quot; height=&quot;100%&quot; viewBox=&quot;0 0 260 72&quot; preserveAspectRatio=&quot;none&quot; style=&quot;display:block;overflow:visible;&quot;&gt;&lt;path d=&quot;M 82 36 L 82 24 L 86 24 L 86 36 L 91 36 L 91 24 L 95 24 L 95 36 L 100 36 L 100 24 L 104 24 L 104 36 L 109 36 L 109 24 L 113 24 L 113 36 L 118 36&quot; fill=&quot;none&quot; stroke=&quot;#000000&quot; stroke-width=&quot;1.5&quot; stroke-linecap=&quot;square&quot; stroke-linejoin=&quot;miter&quot;/&gt;&lt;/svg&gt;&lt;/div&gt;&lt;div style=&quot;position:absolute;left:45.38461538461539%;top:36.11111111111111%;display:flex;align-items:center;white-space:nowrap;transform:translateY(-50%);&quot;&gt;&lt;div style=&quot;flex:0 0 auto;width:60px;&quot;&gt;&lt;/div&gt;&lt;span style=&quot;flex:0 0 auto;font-size:11px;line-height:1;white-space:nowrap;&quot;&gt;(200mhz)&lt;/span&gt;&lt;/div&gt;&lt;div style=&quot;position:absolute;left:38.46153846153847%;top:50.0%;transform:translateX(-50%);text-align:center;font-size:11px;line-height:1;white-space:nowrap;padding-top:16px;&quot;&gt;clk_mux&lt;/div&gt;&lt;/div&gt;" placeholders="0" id="23" freq="200m">
-           <mxCell style="rounded=0;whiteSpace=nowrap;html=1;metaEdit=1;placeholders=1;overflow=fill;autosize=0;fillColor=none;strokeColor=none;spacingTop=0;spacingBottom=0;spacingLeft=0;spacingRight=0;align=left;verticalAlign=top;drawclockType=clock;points=[[0.3154,0.4167,0,0,0]];" vertex="1" parent="1">
-             <mxGeometry x="400" y="309" width="260" height="72" as="geometry"/>
+         <object name="clk_mux" label="&lt;div style=&quot;position:relative;box-sizing:border-box;margin:0;padding:0;display:block;width:100%;height:100%;overflow:visible;white-space:nowrap;font-family:Helvetica,Arial,sans-serif;&quot;&gt;&lt;div style=&quot;position:absolute;left:0;top:0;width:100%;height:100%;&quot;&gt;&lt;svg xmlns=&quot;http://www.w3.org/2000/svg&quot; width=&quot;100%&quot; height=&quot;100%&quot; viewBox=&quot;0 0 49 72&quot; preserveAspectRatio=&quot;none&quot; style=&quot;display:block;overflow:visible;&quot;&gt;&lt;path d=&quot;M 0 30 L 7 30 M 43 36 L 43 24 L 39 24 L 39 36 L 34 36 L 34 24 L 30 24 L 30 36 L 25 36 L 25 24 L 21 24 L 21 36 L 16 36 L 16 24 L 12 24 L 12 36 L 7 36&quot; fill=&quot;none&quot; stroke=&quot;#000000&quot; stroke-width=&quot;1.5&quot; stroke-linecap=&quot;square&quot; stroke-linejoin=&quot;miter&quot;/&gt;&lt;/svg&gt;&lt;/div&gt;&lt;div style=&quot;position:absolute;left:51.02040816326531%;top:50.0%;transform:translateX(-50%);text-align:center;font-size:11px;line-height:1;white-space:nowrap;padding-top:16px;&quot;&gt;clk_mux&lt;/div&gt;&lt;/div&gt;" placeholders="0" id="22">
+           <mxCell style="rounded=0;whiteSpace=nowrap;html=1;metaEdit=1;placeholders=1;overflow=fill;autosize=0;fillColor=none;strokeColor=none;spacingTop=0;spacingBottom=0;spacingLeft=0;spacingRight=0;align=left;verticalAlign=top;drawclockType=clock;points=[[0.0000,0.4167,0,0,0]];" vertex="1" parent="1">
+             <mxGeometry x="400" y="309" width="49" height="72" as="geometry"/>
          </mxCell>
        </object>
-         <mxCell id="24" style="edgeStyle=none;rounded=0;html=1;endArrow=none;startArrow=none;strokeColor=#000000;exitDx=0;exitDy=0;entryDx=0;entryDy=0;exitPerimeter=0;entryPerimeter=0;exitX=0.6667;exitY=0.35;entryX=0.35;entryY=0.3333;" edge="1" parent="1" source="10" target="14">
+         <mxCell id="23" style="edgeStyle=none;rounded=0;html=1;endArrow=none;startArrow=none;strokeColor=#000000;exitDx=0;exitDy=0;entryDx=0;entryDy=0;exitPerimeter=0;entryPerimeter=0;exitX=0.6667;exitY=0.35;entryX=0.35;entryY=0.3333;" edge="1" parent="1" source="10" target="13">
          <mxGeometry as="geometry"><Array as="points"><mxPoint x="99" y="80"/><mxPoint x="99" y="140"/></Array></mxGeometry>
        </mxCell>
-         <mxCell id="25" style="edgeStyle=none;rounded=0;html=1;endArrow=none;startArrow=none;strokeColor=#000000;exitDx=0;exitDy=0;entryDx=0;entryDy=0;exitPerimeter=0;entryPerimeter=0;exitX=0.65;exitY=0.3333;entryX=0.425;entryY=0.3333;" edge="1" parent="1" source="14" target="12">
+         <mxCell id="24" style="edgeStyle=none;rounded=0;html=1;endArrow=none;startArrow=none;strokeColor=#000000;exitDx=0;exitDy=0;entryDx=0;entryDy=0;exitPerimeter=0;entryPerimeter=0;exitX=0.65;exitY=0.3333;entryX=0.425;entryY=0.3333;" edge="1" parent="1" source="13" target="11">
          <mxGeometry as="geometry"><Array as="points"><mxPoint x="170" y="140"/><mxPoint x="170" y="80"/></Array></mxGeometry>
        </mxCell>
-         <mxCell id="26" style="edgeStyle=none;rounded=0;html=1;endArrow=none;startArrow=none;strokeColor=#000000;exitDx=0;exitDy=0;entryDx=0;entryDy=0;exitPerimeter=0;entryPerimeter=0;exitX=0.65;exitY=0.3333;entryX=0.4;entryY=0.3333;" edge="1" parent="1" source="14" target="13">
+         <mxCell id="25" style="edgeStyle=none;rounded=0;html=1;endArrow=none;startArrow=none;strokeColor=#000000;exitDx=0;exitDy=0;entryDx=0;entryDy=0;exitPerimeter=0;entryPerimeter=0;exitX=0.65;exitY=0.3333;entryX=0.4;entryY=0.3333;" edge="1" parent="1" source="13" target="12">
          <mxGeometry as="geometry"><Array as="points"><mxPoint x="170" y="140"/><mxPoint x="170" y="200"/></Array></mxGeometry>
        </mxCell>
-         <mxCell id="27" style="edgeStyle=none;rounded=0;html=1;endArrow=none;startArrow=none;strokeColor=#000000;exitDx=0;exitDy=0;entryDx=0;entryDy=0;exitPerimeter=0;entryPerimeter=0;exitX=0.6583;exitY=0.3333;entryX=0.4;entryY=0.3333;" edge="1" parent="1" source="12" target="15">
+         <mxCell id="26" style="edgeStyle=none;rounded=0;html=1;endArrow=none;startArrow=none;strokeColor=#000000;exitDx=0;exitDy=0;entryDx=0;entryDy=0;exitPerimeter=0;entryPerimeter=0;exitX=0.6583;exitY=0.3333;entryX=0.4;entryY=0.3333;" edge="1" parent="1" source="11" target="14">
          <mxGeometry relative="1" as="geometry"/>
        </mxCell>
-         <mxCell id="28" style="edgeStyle=none;rounded=0;html=1;endArrow=none;startArrow=none;strokeColor=#000000;exitDx=0;exitDy=0;entryDx=0;entryDy=0;exitPerimeter=0;entryPerimeter=0;exitX=0.6;exitY=0.3333;entryX=0.4;entryY=0.3333;" edge="1" parent="1" source="13" target="16">
+         <mxCell id="27" style="edgeStyle=none;rounded=0;html=1;endArrow=none;startArrow=none;strokeColor=#000000;exitDx=0;exitDy=0;entryDx=0;entryDy=0;exitPerimeter=0;entryPerimeter=0;exitX=0.6;exitY=0.3333;entryX=0.4;entryY=0.3333;" edge="1" parent="1" source="12" target="15">
          <mxGeometry relative="1" as="geometry"/>
        </mxCell>
-         <mxCell id="29" style="edgeStyle=none;rounded=0;html=1;endArrow=none;startArrow=none;strokeColor=#000000;exitDx=0;exitDy=0;entryDx=0;entryDy=0;exitPerimeter=0;entryPerimeter=0;exitX=0.5667;exitY=0.3333;entryX=0.3154;entryY=0.4167;" edge="1" parent="1" source="15" target="17">
+         <mxCell id="28" style="edgeStyle=none;rounded=0;html=1;endArrow=none;startArrow=none;strokeColor=#000000;exitDx=0;exitDy=0;entryDx=0;entryDy=0;exitPerimeter=0;entryPerimeter=0;exitX=0.6167;exitY=0.3333;entryX=0.0;entryY=0.4167;" edge="1" parent="1" source="14" target="16">
          <mxGeometry relative="1" as="geometry"/>
        </mxCell>
-         <mxCell id="30" style="edgeStyle=none;rounded=0;html=1;endArrow=none;startArrow=none;strokeColor=#000000;exitDx=0;exitDy=0;entryDx=0;entryDy=0;exitPerimeter=0;entryPerimeter=0;exitX=0.6;exitY=0.3333;entryX=0.3154;entryY=0.4167;" edge="1" parent="1" source="16" target="18">
+         <mxCell id="29" style="edgeStyle=none;rounded=0;html=1;endArrow=none;startArrow=none;strokeColor=#000000;exitDx=0;exitDy=0;entryDx=0;entryDy=0;exitPerimeter=0;entryPerimeter=0;exitX=0.6;exitY=0.3333;entryX=0.0;entryY=0.4167;" edge="1" parent="1" source="15" target="17">
          <mxGeometry relative="1" as="geometry"/>
        </mxCell>
-         <mxCell id="31" style="edgeStyle=none;rounded=0;html=1;endArrow=none;startArrow=none;strokeColor=#000000;exitDx=0;exitDy=0;entryDx=0;entryDy=0;exitPerimeter=0;entryPerimeter=0;exitX=0.6167;exitY=0.3333;entryX=0.35;entryY=0.3333;" edge="1" parent="1" source="20" target="21">
+         <mxCell id="30" style="edgeStyle=none;rounded=0;html=1;endArrow=none;startArrow=none;strokeColor=#000000;exitDx=0;exitDy=0;entryDx=0;entryDy=0;exitPerimeter=0;entryPerimeter=0;exitX=0.6167;exitY=0.3333;entryX=0.35;entryY=0.3333;" edge="1" parent="1" source="19" target="20">
          <mxGeometry as="geometry"><Array as="points"><mxPoint x="170" y="340"/><mxPoint x="170" y="310"/></Array></mxGeometry>
        </mxCell>
-         <mxCell id="32" style="edgeStyle=none;rounded=0;html=1;endArrow=none;startArrow=none;strokeColor=#000000;exitDx=0;exitDy=0;entryDx=0;entryDy=0;exitPerimeter=0;entryPerimeter=0;exitX=0.6167;exitY=0.3333;entryX=0.35;entryY=0.3333;" edge="1" parent="1" source="20" target="22">
+         <mxCell id="31" style="edgeStyle=none;rounded=0;html=1;endArrow=none;startArrow=none;strokeColor=#000000;exitDx=0;exitDy=0;entryDx=0;entryDy=0;exitPerimeter=0;entryPerimeter=0;exitX=0.6167;exitY=0.3333;entryX=0.35;entryY=0.3333;" edge="1" parent="1" source="19" target="21">
          <mxGeometry as="geometry"><Array as="points"><mxPoint x="170" y="340"/><mxPoint x="170" y="370"/></Array></mxGeometry>
        </mxCell>
-         <mxCell id="33" style="edgeStyle=none;rounded=0;html=1;endArrow=none;startArrow=none;strokeColor=#000000;exitDx=0;exitDy=0;entryDx=0;entryDy=0;exitPerimeter=0;entryPerimeter=0;exitX=0.65;exitY=0.3333;entryX=0.4;entryY=0.2075;" edge="1" parent="1" source="21" target="19">
+         <mxCell id="32" style="edgeStyle=none;rounded=0;html=1;endArrow=none;startArrow=none;strokeColor=#000000;exitDx=0;exitDy=0;entryDx=0;entryDy=0;exitPerimeter=0;entryPerimeter=0;exitX=0.65;exitY=0.3333;entryX=0.4;entryY=0.2075;" edge="1" parent="1" source="20" target="18">
          <mxGeometry as="geometry"><Array as="points"><mxPoint x="275" y="310"/><mxPoint x="275" y="323"/></Array></mxGeometry>
        </mxCell>
-         <mxCell id="34" style="edgeStyle=none;rounded=0;html=1;endArrow=none;startArrow=none;strokeColor=#000000;exitDx=0;exitDy=0;entryDx=0;entryDy=0;exitPerimeter=0;entryPerimeter=0;exitX=0.65;exitY=0.3333;entryX=0.4;entryY=0.5094;" edge="1" parent="1" source="22" target="19">
+         <mxCell id="33" style="edgeStyle=none;rounded=0;html=1;endArrow=none;startArrow=none;strokeColor=#000000;exitDx=0;exitDy=0;entryDx=0;entryDy=0;exitPerimeter=0;entryPerimeter=0;exitX=0.65;exitY=0.3333;entryX=0.4;entryY=0.5094;" edge="1" parent="1" source="21" target="18">
          <mxGeometry as="geometry"><Array as="points"><mxPoint x="275" y="370"/><mxPoint x="275" y="355"/></Array></mxGeometry>
        </mxCell>
-         <mxCell id="35" style="edgeStyle=none;rounded=0;html=1;endArrow=none;startArrow=none;strokeColor=#000000;exitDx=0;exitDy=0;entryDx=0;entryDy=0;exitPerimeter=0;entryPerimeter=0;exitX=0.6;exitY=0.3585;entryX=0.3154;entryY=0.4167;" edge="1" parent="1" source="19" target="23">
+         <mxCell id="34" style="edgeStyle=none;rounded=0;html=1;endArrow=none;startArrow=none;strokeColor=#000000;exitDx=0;exitDy=0;entryDx=0;entryDy=0;exitPerimeter=0;entryPerimeter=0;exitX=0.6;exitY=0.3585;entryX=0.0;entryY=0.4167;" edge="1" parent="1" source="18" target="22">
          <mxGeometry relative="1" as="geometry"/>
        </mxCell>
      </root>
    </mxGraphModel></diagram>
</mxfile>
